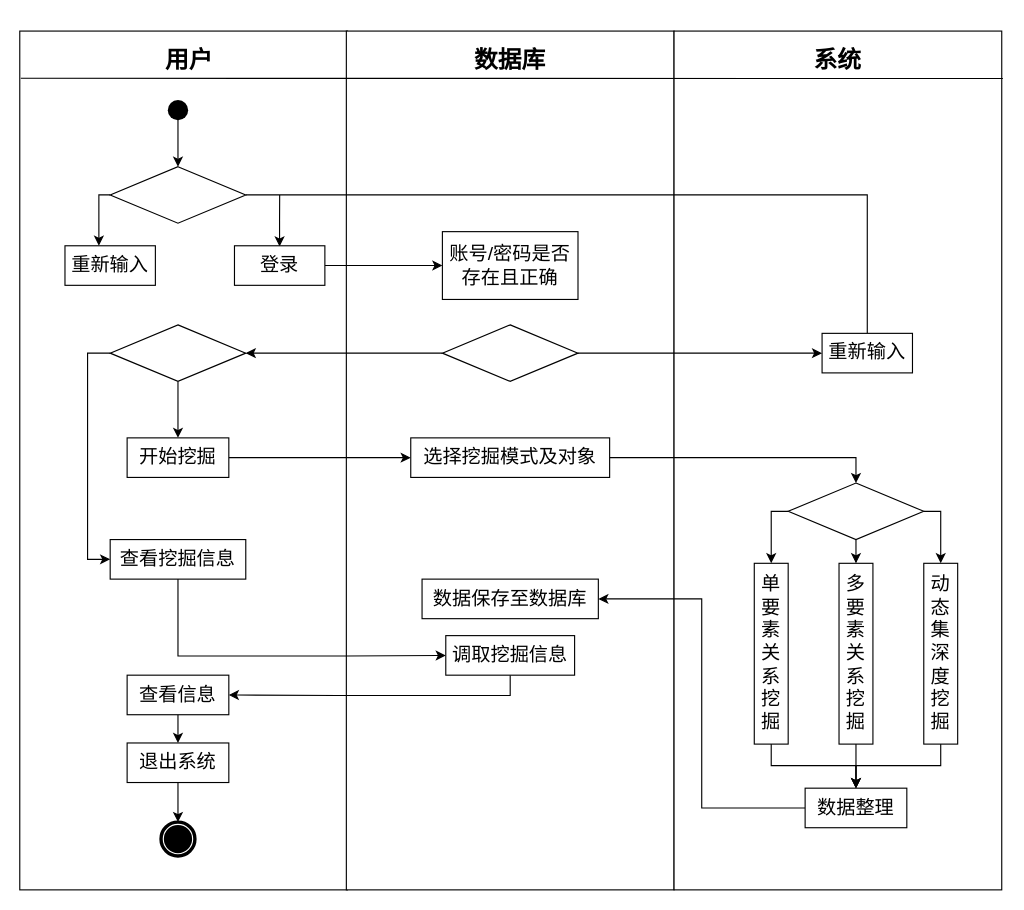
This is pic1.drawio from lovefxyo/drawio, a draw.io file, before an edit. Source tidied: cells renumbered, new cells numbered last; positions are measured from the earlier drawing's top-left corner, leaving out a move shared by most shapes. Both pictures are drawn from the tidied source at 113%, with x=0, y=0 at pixel (19, 19).
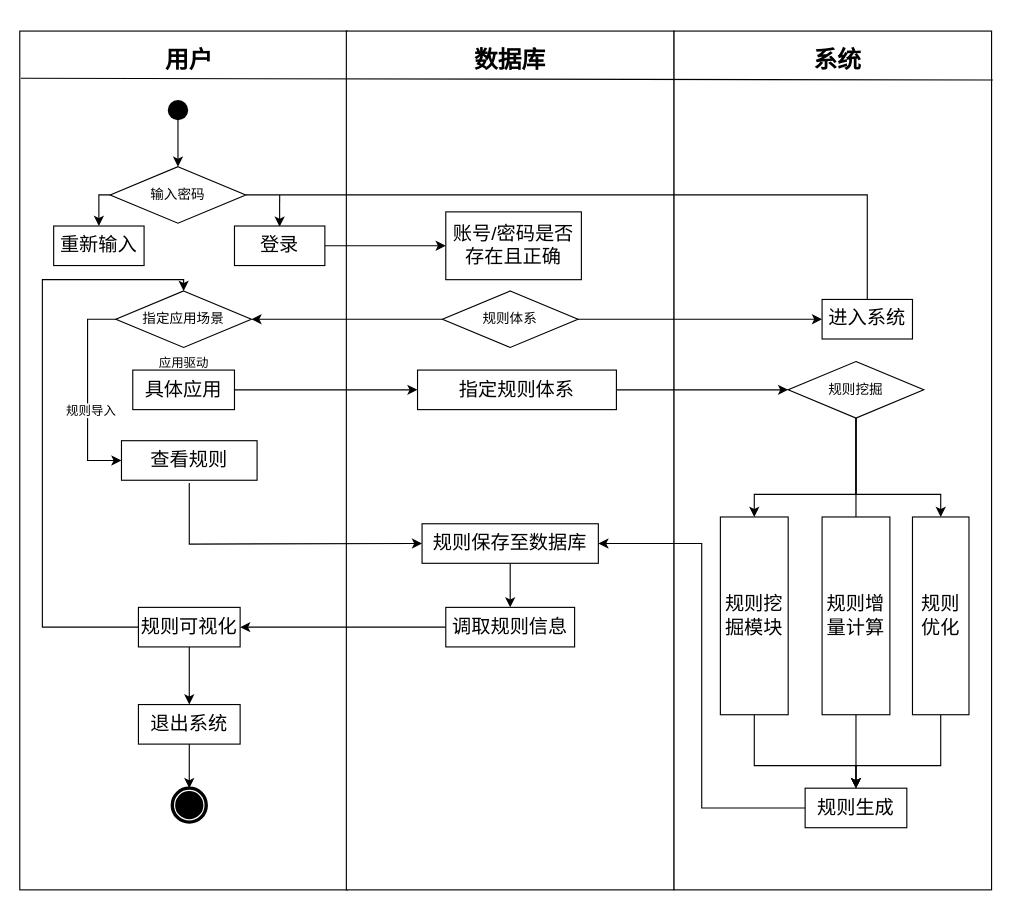
Above is the later version.

Change to the diagram source:
```diff
@@
-    <mxCell id="6" style="strokeWidth=1;html=1;shape=mxgraph.flowchart.decision;whiteSpace=wrap;" parent="1" vertex="1">
+    <mxCell id="6" value="输入密码" style="strokeWidth=1;html=1;shape=mxgraph.flowchart.decision;whiteSpace=wrap;" parent="1" vertex="1">
       <mxGeometry x="80" y="130" width="120" height="50" as="geometry" />
     </mxCell>
-    <mxCell id="7" style="edgeStyle=orthogonalEdgeStyle;rounded=0;jettySize=auto;html=1;fontSize=21;startArrow=none;startFill=0;endArrow=classic;endFill=1;" parent="1" edge="1" source="9" target="28">
+    <mxCell id="7" value="&lt;font style=&quot;font-size: 11px;&quot;&gt;应用驱动&lt;/font&gt;" style="edgeStyle=orthogonalEdgeStyle;rounded=0;jettySize=auto;html=1;fontSize=21;startArrow=none;startFill=0;endArrow=classic;endFill=1;" parent="1" edge="1" source="9" target="28">
       <mxGeometry relative="1" as="geometry" />
     </mxCell>
-    <mxCell id="8" style="edgeStyle=orthogonalEdgeStyle;rounded=0;jettySize=auto;html=1;entryX=0;entryY=0.5;entryDx=0;entryDy=0;fontSize=21;startArrow=none;startFill=0;endArrow=classic;endFill=1;" parent="1" edge="1" source="9" target="30">
+    <mxCell id="8" style="edgeStyle=orthogonalEdgeStyle;rounded=0;jettySize=auto;html=1;entryX=0;entryY=0.5;entryDx=0;entryDy=0;fontSize=21;startArrow=none;startFill=0;endArrow=classic;endFill=1;exitX=0;exitY=0.5;exitDx=0;exitDy=0;exitPerimeter=0;" parent="1" edge="1" source="9" target="30">
       <mxGeometry relative="1" as="geometry">
         <Array as="points">
-          <mxPoint x="60" y="295" />
-          <mxPoint x="60" y="478" />
+          <mxPoint x="60" y="265" />
+          <mxPoint x="60" y="390" />
         </Array>
       </mxGeometry>
     </mxCell>
+    <mxCell id="53" value="规则导入" style="edgeLabel;html=1;align=center;verticalAlign=middle;" parent="8" vertex="1">
+      <mxGeometry x="0.17" y="2" relative="1" as="geometry" />
+    </mxCell>
-    <mxCell id="9" style="strokeWidth=1;html=1;shape=mxgraph.flowchart.decision;whiteSpace=wrap;" parent="1" vertex="1">
-      <mxGeometry x="80" y="270" width="120" height="50" as="geometry" />
+    <mxCell id="9" value="指定应用场景" style="strokeWidth=1;html=1;shape=mxgraph.flowchart.decision;whiteSpace=wrap;" parent="1" vertex="1">
+      <mxGeometry x="85" y="240" width="120" height="50" as="geometry" />
     </mxCell>
     <mxCell id="10" style="ellipse;html=1;shape=endState;fillColor=#000000;strokeColor=#000000;strokeWidth=3;" parent="1" vertex="1">
-      <mxGeometry x="125" y="710" width="30" height="30" as="geometry" />
+      <mxGeometry x="135" y="680" width="30" height="30" as="geometry" />
     </mxCell>
@@
     <mxCell id="12" style="rounded=0;whiteSpace=wrap;html=1;strokeColor=#000000;strokeWidth=1;" parent="1" vertex="1">
-      <mxGeometry x="579" y="10" width="290" height="760" as="geometry" />
+      <mxGeometry x="579" y="10" width="281" height="760" as="geometry" />
     </mxCell>
-    <mxCell id="13" style="endArrow=none;html=1;rounded=0;exitX=0.003;exitY=0.044;exitDx=0;exitDy=0;exitPerimeter=0;" parent="1" edge="1">
+    <mxCell id="13" style="endArrow=none;html=1;rounded=0;exitX=0.003;exitY=0.044;exitDx=0;exitDy=0;exitPerimeter=0;entryX=1.004;entryY=0.057;entryDx=0;entryDy=0;entryPerimeter=0;" parent="1" edge="1" target="12">
       <mxGeometry relative="1" as="geometry">
         <mxPoint x="0.9" y="51.8" as="sourcePoint" />
-        <mxPoint x="870" y="52" as="targetPoint" />
       </mxGeometry>
     </mxCell>
@@
     <mxCell id="17" value="账号/密码是否存在且正确" style="rounded=0;whiteSpace=wrap;html=1;strokeColor=#000000;strokeWidth=1;fontSize=17;" parent="1" vertex="1">
-      <mxGeometry x="374" y="187.5" width="120" height="60" as="geometry" />
+      <mxGeometry x="377" y="170" width="120" height="60" as="geometry" />
     </mxCell>
-    <mxCell id="18" style="edgeStyle=orthogonalEdgeStyle;rounded=0;jettySize=auto;html=1;entryX=1;entryY=0.5;entryDx=0;entryDy=0;entryPerimeter=0;fontSize=21;endArrow=none;endFill=0;" parent="1" edge="1" source="19" target="6">
+    <mxCell id="18" style="edgeStyle=orthogonalEdgeStyle;rounded=0;jettySize=auto;html=1;entryX=1;entryY=0.5;entryDx=0;entryDy=0;entryPerimeter=0;fontSize=21;endArrow=none;endFill=0;exitX=0.5;exitY=0;exitDx=0;exitDy=0;" parent="1" edge="1" source="19" target="6">
       <mxGeometry relative="1" as="geometry">
         <Array as="points">
+          <mxPoint x="750" y="248" />
           <mxPoint x="750" y="155" />
         </Array>
       </mxGeometry>
     </mxCell>
-    <mxCell id="19" value="重新输入" style="rounded=0;whiteSpace=wrap;html=1;strokeColor=#000000;strokeWidth=1;fontSize=17;" parent="1" vertex="1">
-      <mxGeometry x="710" y="277.5" width="80" height="35" as="geometry" />
+    <mxCell id="19" value="进入系统" style="rounded=0;whiteSpace=wrap;html=1;strokeColor=#000000;strokeWidth=1;fontSize=17;" parent="1" vertex="1">
+      <mxGeometry x="710" y="247.5" width="80" height="35" as="geometry" />
     </mxCell>
@@
     <mxCell id="22" value="登录" style="rounded=0;whiteSpace=wrap;html=1;strokeColor=#000000;strokeWidth=1;fontSize=17;" parent="1" vertex="1">
-      <mxGeometry x="190" y="200" width="80" height="35" as="geometry" />
+      <mxGeometry x="190" y="182.5" width="80" height="35" as="geometry" />
     </mxCell>
     <mxCell id="23" value="重新输入" style="rounded=0;whiteSpace=wrap;html=1;strokeColor=#000000;strokeWidth=1;fontSize=17;" parent="1" vertex="1">
-      <mxGeometry x="40" y="200" width="80" height="35" as="geometry" />
+      <mxGeometry x="30" y="182.5" width="80" height="35" as="geometry" />
     </mxCell>
@@
-    <mxCell id="26" style="strokeWidth=1;html=1;shape=mxgraph.flowchart.decision;whiteSpace=wrap;" parent="1" vertex="1">
-      <mxGeometry x="374" y="270" width="120" height="50" as="geometry" />
+    <mxCell id="26" value="规则体系" style="strokeWidth=1;html=1;shape=mxgraph.flowchart.decision;whiteSpace=wrap;" parent="1" vertex="1">
+      <mxGeometry x="374" y="240" width="120" height="50" as="geometry" />
     </mxCell>
@@
-    <mxCell id="28" value="开始挖掘" style="rounded=0;whiteSpace=wrap;html=1;strokeColor=#000000;strokeWidth=1;fontSize=17;" parent="1" vertex="1">
-      <mxGeometry x="95" y="370" width="90" height="35" as="geometry" />
+    <mxCell id="28" value="具体应用" style="rounded=0;whiteSpace=wrap;html=1;strokeColor=#000000;strokeWidth=1;fontSize=17;" parent="1" vertex="1">
+      <mxGeometry x="100" y="310" width="90" height="35" as="geometry" />
     </mxCell>
-    <mxCell id="29" style="edgeStyle=orthogonalEdgeStyle;rounded=0;jettySize=auto;html=1;entryX=0;entryY=0.5;entryDx=0;entryDy=0;fontSize=21;startArrow=none;startFill=0;endArrow=classic;endFill=1;" parent="1" edge="1" source="30" target="39">
-      <mxGeometry relative="1" as="geometry">
-        <Array as="points">
-          <mxPoint x="140" y="563" />
-          <mxPoint x="289" y="563" />
-        </Array>
-      </mxGeometry>
-    </mxCell>
-    <mxCell id="30" value="查看挖掘信息" style="rounded=0;whiteSpace=wrap;html=1;strokeColor=#000000;strokeWidth=1;fontSize=17;" parent="1" vertex="1">
-      <mxGeometry x="80" y="460" width="120" height="35" as="geometry" />
+    <mxCell id="30" value="查看规则" style="rounded=0;whiteSpace=wrap;html=1;strokeColor=#000000;strokeWidth=1;fontSize=17;" parent="1" vertex="1">
+      <mxGeometry x="90" y="372.5" width="120" height="35" as="geometry" />
     </mxCell>
@@
+    <mxCell id="54" style="edgeStyle=orthogonalEdgeStyle;rounded=0;jettySize=auto;html=1;exitX=0;exitY=0.5;exitDx=0;exitDy=0;entryX=0.5;entryY=0;entryDx=0;entryDy=0;entryPerimeter=0;fontSize=11;" parent="1" edge="1" source="32" target="9">
+      <mxGeometry relative="1" as="geometry">
+        <Array as="points">
+          <mxPoint x="20" y="538" />
+          <mxPoint x="20" y="230" />
+          <mxPoint x="145" y="230" />
+        </Array>
+      </mxGeometry>
+    </mxCell>
-    <mxCell id="32" value="查看信息" style="rounded=0;whiteSpace=wrap;html=1;strokeColor=#000000;strokeWidth=1;fontSize=17;" parent="1" vertex="1">
-      <mxGeometry x="95" y="580" width="90" height="35" as="geometry" />
+    <mxCell id="32" value="规则可视化" style="rounded=0;whiteSpace=wrap;html=1;strokeColor=#000000;strokeWidth=1;fontSize=17;" parent="1" vertex="1">
+      <mxGeometry x="105" y="520" width="90" height="35" as="geometry" />
     </mxCell>
@@
     <mxCell id="34" value="退出系统" style="rounded=0;whiteSpace=wrap;html=1;strokeColor=#000000;strokeWidth=1;fontSize=17;" parent="1" vertex="1">
-      <mxGeometry x="95" y="640" width="90" height="35" as="geometry" />
+      <mxGeometry x="105" y="606" width="90" height="35" as="geometry" />
     </mxCell>
-    <mxCell id="35" style="edgeStyle=orthogonalEdgeStyle;rounded=0;jettySize=auto;html=1;entryX=0.5;entryY=0;entryDx=0;entryDy=0;entryPerimeter=0;fontSize=21;startArrow=none;startFill=0;endArrow=classic;endFill=1;" parent="1" edge="1" source="36" target="43">
+    <mxCell id="35" style="edgeStyle=orthogonalEdgeStyle;rounded=0;jettySize=auto;html=1;entryX=0;entryY=0.5;entryDx=0;entryDy=0;entryPerimeter=0;fontSize=21;startArrow=none;startFill=0;endArrow=classic;endFill=1;" parent="1" edge="1" source="36" target="43">
       <mxGeometry relative="1" as="geometry" />
     </mxCell>
-    <mxCell id="36" value="选择挖掘模式及对象" style="rounded=0;whiteSpace=wrap;html=1;strokeColor=#000000;strokeWidth=1;fontSize=17;" parent="1" vertex="1">
-      <mxGeometry x="346" y="370" width="176" height="35" as="geometry" />
+    <mxCell id="36" value="指定规则体系" style="rounded=0;whiteSpace=wrap;html=1;strokeColor=#000000;strokeWidth=1;fontSize=17;" parent="1" vertex="1">
+      <mxGeometry x="352" y="310" width="176" height="35" as="geometry" />
     </mxCell>
+    <mxCell id="55" style="edgeStyle=orthogonalEdgeStyle;rounded=0;jettySize=auto;html=1;" parent="1" edge="1" source="37" target="39">
+      <mxGeometry relative="1" as="geometry" />
+    </mxCell>
-    <mxCell id="37" value="数据保存至数据库" style="rounded=0;whiteSpace=wrap;html=1;strokeColor=#000000;strokeWidth=1;fontSize=17;" parent="1" vertex="1">
-      <mxGeometry x="356" y="495" width="156" height="35" as="geometry" />
+    <mxCell id="37" value="规则保存至数据库" style="rounded=0;whiteSpace=wrap;html=1;strokeColor=#000000;strokeWidth=1;fontSize=17;" parent="1" vertex="1">
+      <mxGeometry x="356" y="446" width="156" height="35" as="geometry" />
     </mxCell>
-    <mxCell id="38" style="edgeStyle=orthogonalEdgeStyle;rounded=0;jettySize=auto;html=1;entryX=1;entryY=0.5;entryDx=0;entryDy=0;fontSize=21;startArrow=none;startFill=0;endArrow=classic;endFill=1;" parent="1" edge="1" source="39" target="32">
-      <mxGeometry relative="1" as="geometry">
-        <Array as="points">
-          <mxPoint x="434" y="598" />
-          <mxPoint x="281" y="598" />
-        </Array>
-      </mxGeometry>
+    <mxCell id="38" style="edgeStyle=orthogonalEdgeStyle;rounded=0;jettySize=auto;html=1;entryX=1;entryY=0.5;entryDx=0;entryDy=0;" parent="1" edge="1" source="39" target="32">
+      <mxGeometry relative="1" as="geometry" />
     </mxCell>
-    <mxCell id="39" value="调取挖掘信息" style="rounded=0;whiteSpace=wrap;html=1;strokeColor=#000000;strokeWidth=1;fontSize=17;" parent="1" vertex="1">
-      <mxGeometry x="377" y="545" width="114" height="35" as="geometry" />
+    <mxCell id="39" value="调取规则信息" style="rounded=0;whiteSpace=wrap;html=1;strokeColor=#000000;strokeWidth=1;fontSize=17;" parent="1" vertex="1">
+      <mxGeometry x="377" y="520" width="114" height="35" as="geometry" />
     </mxCell>
-    <mxCell id="40" style="edgeStyle=orthogonalEdgeStyle;rounded=0;jettySize=auto;html=1;entryX=0.5;entryY=0;entryDx=0;entryDy=0;fontSize=21;startArrow=none;startFill=0;endArrow=classic;endFill=1;" parent="1" edge="1" source="43" target="47">
-      <mxGeometry relative="1" as="geometry" />
+    <mxCell id="40" style="edgeStyle=orthogonalEdgeStyle;rounded=0;jettySize=auto;html=1;entryX=0.5;entryY=0;entryDx=0;entryDy=0;fontSize=21;startArrow=none;startFill=0;endArrow=classic;endFill=1;" parent="1" edge="1" source="43">
+      <mxGeometry relative="1" as="geometry">
+        <mxPoint x="740" y="481" as="targetPoint" />
+      </mxGeometry>
     </mxCell>
-    <mxCell id="41" style="edgeStyle=orthogonalEdgeStyle;rounded=0;jettySize=auto;html=1;entryX=0.5;entryY=0;entryDx=0;entryDy=0;fontSize=21;startArrow=none;startFill=0;endArrow=classic;endFill=1;" parent="1" edge="1" source="43" target="45">
+    <mxCell id="41" style="edgeStyle=orthogonalEdgeStyle;rounded=0;jettySize=auto;html=1;fontSize=21;startArrow=none;startFill=0;endArrow=classic;endFill=1;entryX=0.5;entryY=0;entryDx=0;entryDy=0;" parent="1" edge="1" source="43" target="45">
       <mxGeometry relative="1" as="geometry">
         <Array as="points">
-          <mxPoint x="665" y="435" />
+          <mxPoint x="740" y="420" />
+          <mxPoint x="650" y="420" />
         </Array>
       </mxGeometry>
     </mxCell>
     <mxCell id="42" style="edgeStyle=orthogonalEdgeStyle;rounded=0;jettySize=auto;html=1;entryX=0.5;entryY=0;entryDx=0;entryDy=0;fontSize=21;startArrow=none;startFill=0;endArrow=classic;endFill=1;" parent="1" edge="1" source="43" target="49">
       <mxGeometry relative="1" as="geometry">
         <Array as="points">
-          <mxPoint x="815" y="435" />
+          <mxPoint x="740" y="420" />
+          <mxPoint x="815" y="420" />
         </Array>
       </mxGeometry>
     </mxCell>
-    <mxCell id="43" style="strokeWidth=1;html=1;shape=mxgraph.flowchart.decision;whiteSpace=wrap;" parent="1" vertex="1">
-      <mxGeometry x="680" y="410" width="120" height="50" as="geometry" />
+    <mxCell id="43" value="规则挖掘" style="strokeWidth=1;html=1;shape=mxgraph.flowchart.decision;whiteSpace=wrap;" parent="1" vertex="1">
+      <mxGeometry x="680" y="302.5" width="120" height="50" as="geometry" />
     </mxCell>
-    <mxCell id="44" style="edgeStyle=orthogonalEdgeStyle;rounded=0;jettySize=auto;html=1;fontSize=21;startArrow=none;startFill=0;endArrow=classic;endFill=1;" parent="1" edge="1" source="45">
+    <mxCell id="44" style="edgeStyle=orthogonalEdgeStyle;rounded=0;jettySize=auto;html=1;fontSize=21;startArrow=none;startFill=0;endArrow=classic;endFill=1;exitX=0.5;exitY=1;exitDx=0;exitDy=0;" parent="1" edge="1" source="45">
       <mxGeometry relative="1" as="geometry">
         <mxPoint x="740" y="680" as="targetPoint" />
         <Array as="points">
-          <mxPoint x="665" y="660" />
+          <mxPoint x="650" y="660" />
           <mxPoint x="740" y="660" />
         </Array>
       </mxGeometry>
     </mxCell>
-    <mxCell id="45" value="单要素关系挖掘" style="rounded=0;whiteSpace=wrap;html=1;strokeColor=#000000;strokeWidth=1;fontSize=17;" parent="1" vertex="1">
-      <mxGeometry x="650" y="481" width="30" height="160" as="geometry" />
+    <mxCell id="45" value="规则挖掘模块" style="rounded=0;whiteSpace=wrap;html=1;strokeColor=#000000;strokeWidth=1;fontSize=17;" parent="1" vertex="1">
+      <mxGeometry x="620" y="440" width="60" height="175" as="geometry" />
     </mxCell>
-    <mxCell id="46" style="edgeStyle=orthogonalEdgeStyle;rounded=0;jettySize=auto;html=1;fontSize=21;startArrow=none;startFill=0;endArrow=classic;endFill=1;" parent="1" edge="1" source="47" target="52">
+    <mxCell id="46" style="edgeStyle=orthogonalEdgeStyle;rounded=0;jettySize=auto;html=1;fontSize=21;startArrow=none;startFill=0;endArrow=classic;endFill=1;exitX=0.5;exitY=1;exitDx=0;exitDy=0;" parent="1" edge="1" source="56" target="52">
       <mxGeometry relative="1" as="geometry" />
     </mxCell>
-    <mxCell id="47" value="多要素关系挖掘" style="rounded=0;whiteSpace=wrap;html=1;strokeColor=#000000;strokeWidth=1;fontSize=17;" parent="1" vertex="1">
-      <mxGeometry x="725" y="481" width="30" height="160" as="geometry" />
-    </mxCell>
@@
-    <mxCell id="49" value="动态集深度挖掘" style="rounded=0;whiteSpace=wrap;html=1;strokeColor=#000000;strokeWidth=1;fontSize=17;" parent="1" vertex="1">
-      <mxGeometry x="800" y="481" width="30" height="160" as="geometry" />
+    <mxCell id="49" value="规则优化" style="rounded=0;whiteSpace=wrap;html=1;strokeColor=#000000;strokeWidth=1;fontSize=17;" parent="1" vertex="1">
+      <mxGeometry x="790" y="440" width="50" height="175" as="geometry" />
     </mxCell>
@@
-    <mxCell id="52" value="数据整理" style="rounded=0;whiteSpace=wrap;html=1;strokeColor=#000000;strokeWidth=1;fontSize=17;" parent="1" vertex="1">
+    <mxCell id="52" value="规则生成" style="rounded=0;whiteSpace=wrap;html=1;strokeColor=#000000;strokeWidth=1;fontSize=17;" parent="1" vertex="1">
       <mxGeometry x="695" y="680" width="90" height="35" as="geometry" />
     </mxCell>
+    <mxCell id="56" value="规则增量计算" style="rounded=0;whiteSpace=wrap;html=1;strokeColor=#000000;strokeWidth=1;fontSize=17;" parent="1" vertex="1">
+      <mxGeometry x="710" y="440" width="60" height="175" as="geometry" />
+    </mxCell>
+    <mxCell id="57" style="endArrow=classic;html=1;rounded=0;entryX=0;entryY=0.5;entryDx=0;entryDy=0;" parent="1" edge="1" target="37">
+      <mxGeometry relative="1" as="geometry">
+        <mxPoint x="150" y="410" as="sourcePoint" />
+        <Array as="points">
+          <mxPoint x="150" y="464" />
+        </Array>
+      </mxGeometry>
+    </mxCell>
```
